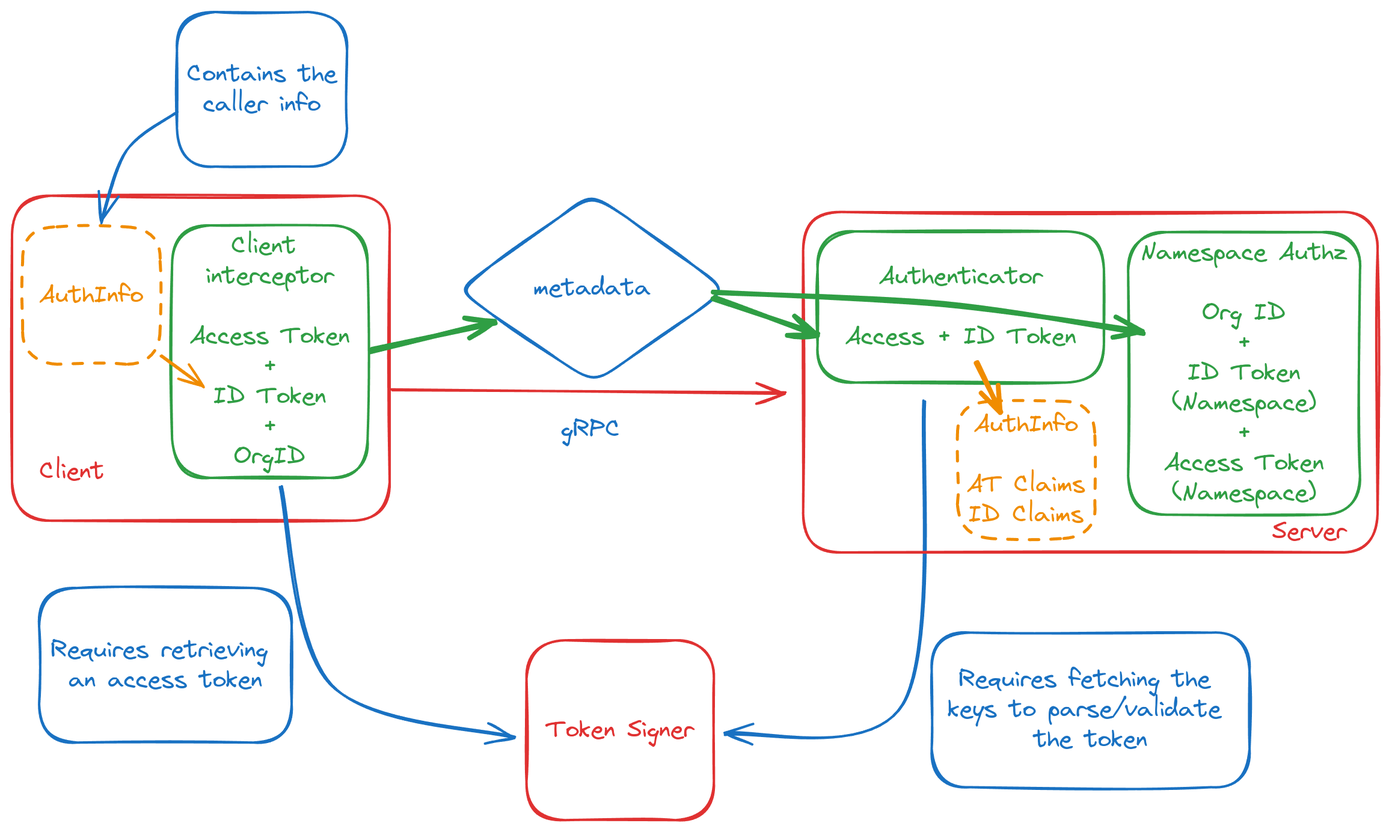
grafana/authlib keeps this Excalidraw diagram as assets/remote.png. Above is the earlier version. Source tidied: one line per element, renumbered; positions are measured from the earlier drawing's top-left corner, leaving out a move shared by most shapes. Source of this version:
```json
{"id": 0, "type": "rectangle", "strokeColor": "#e03131", "strokeWidth": 2, "roughness": 1, "round": true, "x": 0, "y": 153, "width": 314, "height": 270}
{"id": 1, "type": "rectangle", "strokeColor": "#2f9e44", "strokeWidth": 2, "roughness": 1, "round": true, "x": 133, "y": 177, "width": 163, "height": 210}
{"id": 2, "type": "text", "text": "Client \ninterceptor\n\nAccess Token\n+\nID Token\n+\nOrgID", "strokeColor": "#2f9e44", "strokeWidth": 2, "roughness": 1, "fontSize": 20, "fontFamily": 1, "textAlign": "center", "verticalAlign": "middle", "inside": 1, "x": 148, "y": 182, "width": 133, "height": 200}
{"id": 3, "type": "arrow", "strokeColor": "#1971c2", "strokeWidth": 2, "roughness": 1, "endArrowhead": "arrow", "round": true, "from": 31, "to": 6, "x": 759, "y": 323, "width": 167, "height": 277, "points": [[0, 0], [-17, 253], [-167, 277]]}
{"id": 4, "type": "rectangle", "strokeColor": "#1971c2", "strokeWidth": 2, "roughness": 1, "round": true, "x": 765, "y": 516, "width": 264, "height": 129}
{"id": 5, "type": "text", "text": "Requires fetching the \nkeys to parse/validate \nthe token", "strokeColor": "#1971c2", "strokeWidth": 2, "roughness": 1, "fontSize": 20, "fontFamily": 1, "textAlign": "center", "verticalAlign": "middle", "inside": 4, "x": 778, "y": 543, "width": 237, "height": 75}
{"id": 6, "type": "rectangle", "strokeColor": "#e03131", "strokeWidth": 2, "roughness": 1, "round": true, "x": 428, "y": 523, "width": 156, "height": 150}
{"id": 7, "type": "text", "text": "Token Signer", "strokeColor": "#e03131", "strokeWidth": 2, "roughness": 1, "fontSize": 20, "fontFamily": 1, "textAlign": "center", "verticalAlign": "middle", "inside": 6, "x": 443, "y": 585, "width": 126, "height": 25}
{"id": 8, "type": "rectangle", "strokeColor": "#f08c00", "strokeWidth": 2, "strokeStyle": "dashed", "roughness": 1, "round": true, "x": 9, "y": 179, "width": 114, "height": 114}
{"id": 9, "type": "text", "text": "AuthInfo", "strokeColor": "#f08c00", "strokeWidth": 2, "strokeStyle": "dashed", "roughness": 1, "fontSize": 20, "fontFamily": 1, "textAlign": "center", "verticalAlign": "middle", "inside": 8, "x": 22, "y": 223, "width": 88, "height": 25}
{"id": 10, "type": "arrow", "strokeColor": "#f08c00", "strokeWidth": 2, "roughness": 1, "endArrowhead": "arrow", "round": true, "from": 8, "to": 1, "x": 124, "y": 286, "width": 35, "height": 26, "points": [[0, 0], [35, 26]]}
{"id": 11, "type": "arrow", "strokeColor": "#e03131", "strokeWidth": 2, "roughness": 1, "endArrowhead": "arrow", "round": true, "x": 316, "y": 314, "width": 327, "height": 3, "points": [[0, 0], [327, 3]]}
{"id": 12, "type": "diamond", "strokeColor": "#1971c2", "strokeWidth": 2, "roughness": 1, "round": true, "x": 370, "y": 151, "width": 225, "height": 159}
{"id": 13, "type": "text", "text": "metadata", "strokeColor": "#1971c2", "strokeWidth": 2, "roughness": 1, "fontSize": 20, "fontFamily": 1, "textAlign": "center", "verticalAlign": "middle", "inside": 12, "x": 433, "y": 218, "width": 98, "height": 25}
{"id": 14, "type": "text", "text": "Client", "strokeColor": "#e03131", "strokeWidth": 2, "roughness": 1, "fontSize": 20, "fontFamily": 1, "x": 23, "y": 370, "width": 54, "height": 25}
{"id": 15, "type": "rectangle", "strokeColor": "#e03131", "strokeWidth": 2, "roughness": 1, "round": true, "x": 658, "y": 166, "width": 478, "height": 283}
{"id": 16, "type": "rectangle", "strokeColor": "#2f9e44", "strokeWidth": 2, "roughness": 1, "round": true, "x": 670, "y": 182, "width": 238, "height": 126}
{"id": 17, "type": "text", "text": "Authenticator\n\nAccess + ID Token", "strokeColor": "#2f9e44", "strokeWidth": 2, "roughness": 1, "fontSize": 20, "fontFamily": 1, "textAlign": "center", "verticalAlign": "middle", "inside": 16, "x": 693, "y": 208, "width": 192, "height": 75}
{"id": 18, "type": "text", "text": "Server", "strokeColor": "#e03131", "strokeWidth": 2, "roughness": 1, "fontSize": 20, "fontFamily": 1, "x": 1048, "y": 420, "width": 63, "height": 25}
{"id": 19, "type": "rectangle", "strokeColor": "#2f9e44", "strokeWidth": 2, "roughness": 1, "round": true, "x": 928, "y": 183, "width": 193, "height": 235}
{"id": 20, "type": "text", "text": "Namespace Authz\n\nOrg ID\n+\nID Token\n(Namespace)\n+\nAccess Token\n(Namespace)", "strokeColor": "#2f9e44", "strokeWidth": 2, "roughness": 1, "fontSize": 20, "fontFamily": 1, "textAlign": "center", "verticalAlign": "middle", "inside": 19, "x": 938, "y": 188, "width": 173, "height": 225}
{"id": 21, "type": "arrow", "strokeColor": "#1971c2", "strokeWidth": 2, "roughness": 1, "endArrowhead": "arrow", "round": true, "from": 1, "to": 6, "x": 224, "y": 394, "width": 194, "height": 209, "points": [[0, 0], [41, 165], [194, 209]]}
{"id": 22, "type": "rectangle", "strokeColor": "#1971c2", "strokeWidth": 2, "roughness": 1, "round": true, "x": 23, "y": 479, "width": 210, "height": 129}
{"id": 23, "type": "text", "text": "Requires retrieving \nan access token", "strokeColor": "#1971c2", "strokeWidth": 2, "roughness": 1, "fontSize": 20, "fontFamily": 1, "textAlign": "center", "verticalAlign": "middle", "inside": 22, "x": 32, "y": 518, "width": 191, "height": 50}
{"id": 24, "type": "arrow", "strokeColor": "#2f9e44", "strokeWidth": 4, "roughness": 1, "endArrowhead": "arrow", "round": true, "from": 1, "to": 12, "x": 300, "y": 281, "width": 102, "height": 24, "points": [[0, 0], [102, -24]]}
{"id": 25, "type": "arrow", "strokeColor": "#2f9e44", "strokeWidth": 4, "roughness": 1, "endArrowhead": "arrow", "round": true, "from": 12, "to": 16, "x": 584, "y": 239, "width": 85, "height": 29, "points": [[0, 0], [85, 29]]}
{"id": 26, "type": "arrow", "strokeColor": "#2f9e44", "strokeWidth": 4, "roughness": 1, "endArrowhead": "arrow", "round": true, "from": 12, "to": 19, "x": 585, "y": 233, "width": 356, "height": 34, "points": [[0, 0], [189, 11], [356, 34]]}
{"id": 27, "type": "text", "text": "gRPC", "strokeColor": "#1971c2", "strokeWidth": 4, "roughness": 1, "fontSize": 20, "fontFamily": 1, "x": 457, "y": 335, "width": 50, "height": 25}
{"id": 28, "type": "arrow", "strokeColor": "#1971c2", "strokeWidth": 2, "roughness": 1, "endArrowhead": "arrow", "round": true, "from": 29, "x": 136, "y": 84, "width": 63, "height": 91, "points": [[0, 0], [-41, 32], [-63, 91]]}
{"id": 29, "type": "rectangle", "strokeColor": "#1971c2", "strokeWidth": 2, "roughness": 1, "round": true, "x": 137, "y": 0, "width": 141, "height": 129}
{"id": 30, "type": "text", "text": "Contains the\ncaller info", "strokeColor": "#1971c2", "strokeWidth": 2, "roughness": 1, "fontSize": 20, "fontFamily": 1, "textAlign": "center", "verticalAlign": "middle", "inside": 29, "x": 145, "y": 39, "width": 126, "height": 50}
{"id": 31, "type": "rectangle", "strokeColor": "#f08c00", "strokeWidth": 2, "strokeStyle": "dashed", "roughness": 1, "round": true, "x": 786, "y": 324, "width": 114, "height": 114}
{"id": 32, "type": "text", "text": "AuthInfo\n\nAT Claims\nID Claims", "strokeColor": "#f08c00", "strokeWidth": 2, "strokeStyle": "dashed", "roughness": 1, "fontSize": 20, "fontFamily": 1, "textAlign": "center", "verticalAlign": "middle", "inside": 31, "x": 794, "y": 331, "width": 99, "height": 100}
{"id": 33, "type": "arrow", "strokeColor": "#f08c00", "strokeWidth": 4, "roughness": 1, "endArrowhead": "arrow", "round": true, "from": 16, "to": 31, "x": 802, "y": 292, "width": 20, "height": 41, "points": [[0, 0], [20, 41]]}
```
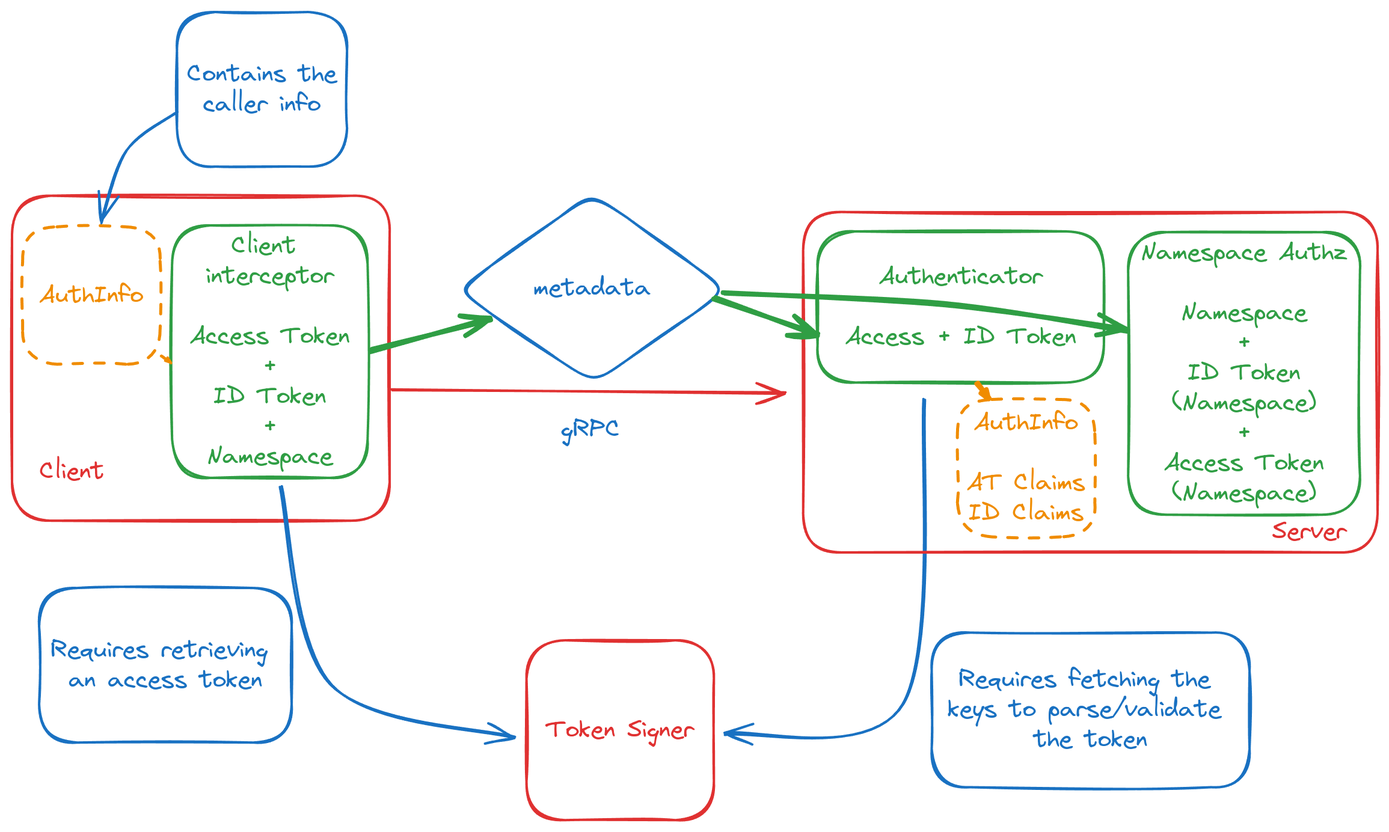
After the commit.

Commit message:
Update README and examples to work with Namespace

Change to the diagram source:
```diff
@@ -1,14 +1,14 @@
 {"id": 0, "type": "rectangle", "strokeColor": "#e03131", "strokeWidth": 2, "roughness": 1, "round": true, "x": 0, "y": 153, "width": 314, "height": 270}
 {"id": 1, "type": "rectangle", "strokeColor": "#2f9e44", "strokeWidth": 2, "roughness": 1, "round": true, "x": 133, "y": 177, "width": 163, "height": 210}
-{"id": 2, "type": "text", "text": "Client \ninterceptor\n\nAccess Token\n+\nID Token\n+\nOrgID", "strokeColor": "#2f9e44", "strokeWidth": 2, "roughness": 1, "fontSize": 20, "fontFamily": 1, "textAlign": "center", "verticalAlign": "middle", "inside": 1, "x": 148, "y": 182, "width": 133, "height": 200}
+{"id": 2, "type": "text", "text": "Client \ninterceptor\n\nAccess Token\n+\nID Token\n+\nNamespace", "strokeColor": "#2f9e44", "strokeWidth": 2, "roughness": 1, "fontSize": 20, "fontFamily": 1, "textAlign": "center", "verticalAlign": "middle", "inside": 1, "x": 148, "y": 182, "width": 133, "height": 200}
-{"id": 3, "type": "arrow", "strokeColor": "#1971c2", "strokeWidth": 2, "roughness": 1, "endArrowhead": "arrow", "round": true, "from": 31, "to": 6, "x": 759, "y": 323, "width": 167, "height": 277, "points": [[0, 0], [-17, 253], [-167, 277]]}
+{"id": 3, "type": "arrow", "strokeColor": "#1971c2", "strokeWidth": 2, "roughness": 1, "endArrowhead": "arrow", "round": true, "from": 31, "to": 6, "x": 759, "y": 322, "width": 167, "height": 278, "points": [[0, 0], [-17, 254], [-167, 278]]}
 {"id": 4, "type": "rectangle", "strokeColor": "#1971c2", "strokeWidth": 2, "roughness": 1, "round": true, "x": 765, "y": 516, "width": 264, "height": 129}
 {"id": 5, "type": "text", "text": "Requires fetching the \nkeys to parse/validate \nthe token", "strokeColor": "#1971c2", "strokeWidth": 2, "roughness": 1, "fontSize": 20, "fontFamily": 1, "textAlign": "center", "verticalAlign": "middle", "inside": 4, "x": 778, "y": 543, "width": 237, "height": 75}
 {"id": 6, "type": "rectangle", "strokeColor": "#e03131", "strokeWidth": 2, "roughness": 1, "round": true, "x": 428, "y": 523, "width": 156, "height": 150}
 {"id": 7, "type": "text", "text": "Token Signer", "strokeColor": "#e03131", "strokeWidth": 2, "roughness": 1, "fontSize": 20, "fontFamily": 1, "textAlign": "center", "verticalAlign": "middle", "inside": 6, "x": 443, "y": 585, "width": 126, "height": 25}
 {"id": 8, "type": "rectangle", "strokeColor": "#f08c00", "strokeWidth": 2, "strokeStyle": "dashed", "roughness": 1, "round": true, "x": 9, "y": 179, "width": 114, "height": 114}
 {"id": 9, "type": "text", "text": "AuthInfo", "strokeColor": "#f08c00", "strokeWidth": 2, "strokeStyle": "dashed", "roughness": 1, "fontSize": 20, "fontFamily": 1, "textAlign": "center", "verticalAlign": "middle", "inside": 8, "x": 22, "y": 223, "width": 88, "height": 25}
-{"id": 10, "type": "arrow", "strokeColor": "#f08c00", "strokeWidth": 2, "roughness": 1, "endArrowhead": "arrow", "round": true, "from": 8, "to": 1, "x": 124, "y": 286, "width": 35, "height": 26, "points": [[0, 0], [35, 26]]}
+{"id": 10, "type": "arrow", "strokeColor": "#f08c00", "strokeWidth": 2, "roughness": 1, "endArrowhead": "arrow", "round": true, "from": 8, "to": 1, "x": 124, "y": 286, "width": 8, "height": 6, "points": [[0, 0], [8, 6]]}
 {"id": 11, "type": "arrow", "strokeColor": "#e03131", "strokeWidth": 2, "roughness": 1, "endArrowhead": "arrow", "round": true, "x": 316, "y": 314, "width": 327, "height": 3, "points": [[0, 0], [327, 3]]}
 {"id": 12, "type": "diamond", "strokeColor": "#1971c2", "strokeWidth": 2, "roughness": 1, "round": true, "x": 370, "y": 151, "width": 225, "height": 159}
 {"id": 13, "type": "text", "text": "metadata", "strokeColor": "#1971c2", "strokeWidth": 2, "roughness": 1, "fontSize": 20, "fontFamily": 1, "textAlign": "center", "verticalAlign": "middle", "inside": 12, "x": 433, "y": 218, "width": 98, "height": 25}
@@ -18,17 +18,17 @@
 {"id": 17, "type": "text", "text": "Authenticator\n\nAccess + ID Token", "strokeColor": "#2f9e44", "strokeWidth": 2, "roughness": 1, "fontSize": 20, "fontFamily": 1, "textAlign": "center", "verticalAlign": "middle", "inside": 16, "x": 693, "y": 208, "width": 192, "height": 75}
 {"id": 18, "type": "text", "text": "Server", "strokeColor": "#e03131", "strokeWidth": 2, "roughness": 1, "fontSize": 20, "fontFamily": 1, "x": 1048, "y": 420, "width": 63, "height": 25}
 {"id": 19, "type": "rectangle", "strokeColor": "#2f9e44", "strokeWidth": 2, "roughness": 1, "round": true, "x": 928, "y": 183, "width": 193, "height": 235}
-{"id": 20, "type": "text", "text": "Namespace Authz\n\nOrg ID\n+\nID Token\n(Namespace)\n+\nAccess Token\n(Namespace)", "strokeColor": "#2f9e44", "strokeWidth": 2, "roughness": 1, "fontSize": 20, "fontFamily": 1, "textAlign": "center", "verticalAlign": "middle", "inside": 19, "x": 938, "y": 188, "width": 173, "height": 225}
+{"id": 20, "type": "text", "text": "Namespace Authz\n\nNamespace\n+\nID Token\n(Namespace)\n+\nAccess Token\n(Namespace)", "strokeColor": "#2f9e44", "strokeWidth": 2, "roughness": 1, "fontSize": 20, "fontFamily": 1, "textAlign": "center", "verticalAlign": "middle", "inside": 19, "x": 938, "y": 188, "width": 173, "height": 225}
 {"id": 21, "type": "arrow", "strokeColor": "#1971c2", "strokeWidth": 2, "roughness": 1, "endArrowhead": "arrow", "round": true, "from": 1, "to": 6, "x": 224, "y": 394, "width": 194, "height": 209, "points": [[0, 0], [41, 165], [194, 209]]}
 {"id": 22, "type": "rectangle", "strokeColor": "#1971c2", "strokeWidth": 2, "roughness": 1, "round": true, "x": 23, "y": 479, "width": 210, "height": 129}
 {"id": 23, "type": "text", "text": "Requires retrieving \nan access token", "strokeColor": "#1971c2", "strokeWidth": 2, "roughness": 1, "fontSize": 20, "fontFamily": 1, "textAlign": "center", "verticalAlign": "middle", "inside": 22, "x": 32, "y": 518, "width": 191, "height": 50}
-{"id": 24, "type": "arrow", "strokeColor": "#2f9e44", "strokeWidth": 4, "roughness": 1, "endArrowhead": "arrow", "round": true, "from": 1, "to": 12, "x": 300, "y": 281, "width": 102, "height": 24, "points": [[0, 0], [102, -24]]}
+{"id": 24, "type": "arrow", "strokeColor": "#2f9e44", "strokeWidth": 4, "roughness": 1, "endArrowhead": "arrow", "round": true, "from": 1, "to": 12, "x": 300, "y": 281, "width": 98, "height": 26, "points": [[0, 0], [98, -26]]}
-{"id": 25, "type": "arrow", "strokeColor": "#2f9e44", "strokeWidth": 4, "roughness": 1, "endArrowhead": "arrow", "round": true, "from": 12, "to": 16, "x": 584, "y": 239, "width": 85, "height": 29, "points": [[0, 0], [85, 29]]}
+{"id": 25, "type": "arrow", "strokeColor": "#2f9e44", "strokeWidth": 4, "roughness": 1, "endArrowhead": "arrow", "round": true, "from": 12, "to": 16, "x": 584, "y": 239, "width": 84, "height": 28, "points": [[0, 0], [84, 28]]}
-{"id": 26, "type": "arrow", "strokeColor": "#2f9e44", "strokeWidth": 4, "roughness": 1, "endArrowhead": "arrow", "round": true, "from": 12, "to": 19, "x": 585, "y": 233, "width": 356, "height": 34, "points": [[0, 0], [189, 11], [356, 34]]}
+{"id": 26, "type": "arrow", "strokeColor": "#2f9e44", "strokeWidth": 4, "roughness": 1, "endArrowhead": "arrow", "round": true, "from": 12, "to": 19, "x": 593, "y": 233, "width": 334, "height": 32, "points": [[0, 0], [181, 10], [334, 32]]}
 {"id": 27, "type": "text", "text": "gRPC", "strokeColor": "#1971c2", "strokeWidth": 4, "roughness": 1, "fontSize": 20, "fontFamily": 1, "x": 457, "y": 335, "width": 50, "height": 25}
 {"id": 28, "type": "arrow", "strokeColor": "#1971c2", "strokeWidth": 2, "roughness": 1, "endArrowhead": "arrow", "round": true, "from": 29, "x": 136, "y": 84, "width": 63, "height": 91, "points": [[0, 0], [-41, 32], [-63, 91]]}
 {"id": 29, "type": "rectangle", "strokeColor": "#1971c2", "strokeWidth": 2, "roughness": 1, "round": true, "x": 137, "y": 0, "width": 141, "height": 129}
 {"id": 30, "type": "text", "text": "Contains the\ncaller info", "strokeColor": "#1971c2", "strokeWidth": 2, "roughness": 1, "fontSize": 20, "fontFamily": 1, "textAlign": "center", "verticalAlign": "middle", "inside": 29, "x": 145, "y": 39, "width": 126, "height": 50}
-{"id": 31, "type": "rectangle", "strokeColor": "#f08c00", "strokeWidth": 2, "strokeStyle": "dashed", "roughness": 1, "round": true, "x": 786, "y": 324, "width": 114, "height": 114}
+{"id": 31, "type": "rectangle", "strokeColor": "#f08c00", "strokeWidth": 2, "strokeStyle": "dashed", "roughness": 1, "round": true, "x": 786, "y": 322, "width": 114, "height": 114}
-{"id": 32, "type": "text", "text": "AuthInfo\n\nAT Claims\nID Claims", "strokeColor": "#f08c00", "strokeWidth": 2, "strokeStyle": "dashed", "roughness": 1, "fontSize": 20, "fontFamily": 1, "textAlign": "center", "verticalAlign": "middle", "inside": 31, "x": 794, "y": 331, "width": 99, "height": 100}
+{"id": 32, "type": "text", "text": "AuthInfo\n\nAT Claims\nID Claims", "strokeColor": "#f08c00", "strokeWidth": 2, "strokeStyle": "dashed", "roughness": 1, "fontSize": 20, "fontFamily": 1, "textAlign": "center", "verticalAlign": "middle", "inside": 31, "x": 794, "y": 329, "width": 99, "height": 100}
-{"id": 33, "type": "arrow", "strokeColor": "#f08c00", "strokeWidth": 4, "roughness": 1, "endArrowhead": "arrow", "round": true, "from": 16, "to": 31, "x": 802, "y": 292, "width": 20, "height": 41, "points": [[0, 0], [20, 41]]}
+{"id": 33, "type": "arrow", "strokeColor": "#f08c00", "strokeWidth": 4, "roughness": 1, "endArrowhead": "arrow", "round": true, "from": 16, "to": 31, "x": 802, "y": 309, "width": 10, "height": 12, "points": [[0, 0], [10, 12]]}
```
